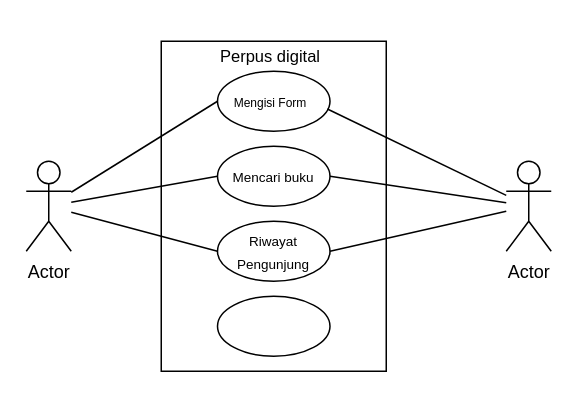
Above: Untitled Diagram.drawio in ahmadzen022/PerpusDigital (draw.io), before the change. Source tidied: cells renumbered, new cells numbered last; positions are measured from the earlier drawing's top-left corner, leaving out a move shared by most shapes. Both pictures are drawn from the tidied source at 150%, with x=0, y=0 at pixel (26, 40).
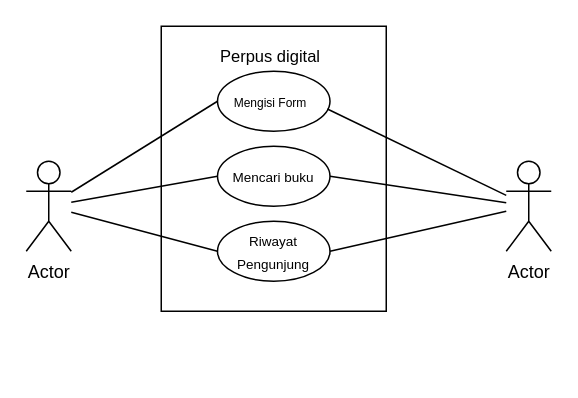
Above is the later version.

Diff of the diagram source:
```diff
@@
 <mxGraphModel>
   <root>
     <mxCell id="0" />
     <mxCell id="1" parent="0" />
     <mxCell id="2" value="Actor" style="shape=umlActor;verticalLabelPosition=bottom;verticalAlign=top;html=1;outlineConnect=0;" parent="1" vertex="1">
       <mxGeometry y="80" width="30" height="60" as="geometry" />
     </mxCell>
     <mxCell id="3" style="rounded=0;whiteSpace=wrap;html=1;" parent="1" vertex="1">
-      <mxGeometry x="90" width="150" height="220" as="geometry" />
+      <mxGeometry x="90" y="-10" width="150" height="190" as="geometry" />
     </mxCell>
     <mxCell id="4" value="Actor" style="shape=umlActor;verticalLabelPosition=bottom;verticalAlign=top;html=1;outlineConnect=0;" parent="1" vertex="1">
       <mxGeometry x="320" y="80" width="30" height="60" as="geometry" />
     </mxCell>
     <mxCell id="5" style="ellipse;whiteSpace=wrap;html=1;" parent="1" vertex="1">
       <mxGeometry x="127.5" y="20" width="75" height="40" as="geometry" />
     </mxCell>
     <mxCell id="6" style="ellipse;whiteSpace=wrap;html=1;" parent="1" vertex="1">
       <mxGeometry x="127.5" y="70" width="75" height="40" as="geometry" />
     </mxCell>
     <mxCell id="7" style="ellipse;whiteSpace=wrap;html=1;" parent="1" vertex="1">
       <mxGeometry x="127.5" y="120" width="75" height="40" as="geometry" />
     </mxCell>
-    <mxCell id="8" style="ellipse;whiteSpace=wrap;html=1;" parent="1" vertex="1">
-      <mxGeometry x="127.5" y="170" width="75" height="40" as="geometry" />
-    </mxCell>
     <mxCell id="9" value="&lt;font style=&quot;font-size: 11px;&quot;&gt;Perpus digital&lt;/font&gt;" style="text;html=1;strokeColor=none;fillColor=none;align=center;verticalAlign=middle;whiteSpace=wrap;rounded=0;" parent="1" vertex="1">
       <mxGeometry x="122.5" width="80" height="20" as="geometry" />
     </mxCell>
     <mxCell id="10" style="endArrow=none;html=1;rounded=0;entryX=0;entryY=0.5;entryDx=0;entryDy=0;" parent="1" edge="1" source="2" target="5">
       <mxGeometry relative="1" as="geometry" />
     </mxCell>
     <mxCell id="11" style="endArrow=none;html=1;rounded=0;entryX=0.977;entryY=0.63;entryDx=0;entryDy=0;entryPerimeter=0;" parent="1" edge="1" source="4" target="5">
       <mxGeometry relative="1" as="geometry" />
     </mxCell>
     <mxCell id="12" value="&lt;font style=&quot;font-size: 8px;&quot;&gt;Mengisi Form&lt;/font&gt;" style="text;html=1;strokeColor=none;fillColor=none;align=center;verticalAlign=middle;whiteSpace=wrap;rounded=0;" parent="1" vertex="1">
       <mxGeometry x="122.5" y="25" width="80" height="30" as="geometry" />
     </mxCell>
     <mxCell id="13" style="endArrow=none;html=1;rounded=0;entryX=0;entryY=0.5;entryDx=0;entryDy=0;" parent="1" edge="1" source="2" target="7">
       <mxGeometry relative="1" as="geometry" />
     </mxCell>
     <mxCell id="14" style="endArrow=none;html=1;rounded=0;entryX=0;entryY=0.5;entryDx=0;entryDy=0;" parent="1" edge="1" source="2" target="6">
       <mxGeometry relative="1" as="geometry" />
     </mxCell>
     <mxCell id="15" style="endArrow=none;html=1;rounded=0;entryX=1;entryY=0.5;entryDx=0;entryDy=0;" parent="1" edge="1" source="4" target="6">
       <mxGeometry relative="1" as="geometry" />
     </mxCell>
     <mxCell id="16" style="endArrow=none;html=1;rounded=0;entryX=1;entryY=0.5;entryDx=0;entryDy=0;" parent="1" edge="1" source="4" target="7">
       <mxGeometry relative="1" as="geometry" />
     </mxCell>
     <mxCell id="17" value="&lt;font style=&quot;font-size: 9px;&quot;&gt;Mencari buku&lt;/font&gt;" style="text;html=1;strokeColor=none;fillColor=none;align=center;verticalAlign=middle;whiteSpace=wrap;rounded=0;" parent="1" vertex="1">
       <mxGeometry x="120" y="75" width="90" height="30" as="geometry" />
     </mxCell>
     <mxCell id="18" value="&lt;font style=&quot;font-size: 9px;&quot;&gt;Riwayat Pengunjung&lt;/font&gt;" style="text;html=1;strokeColor=none;fillColor=none;align=center;verticalAlign=middle;whiteSpace=wrap;rounded=0;" parent="1" vertex="1">
       <mxGeometry x="135" y="125" width="60" height="30" as="geometry" />
     </mxCell>
   </root>
 </mxGraphModel>
```
